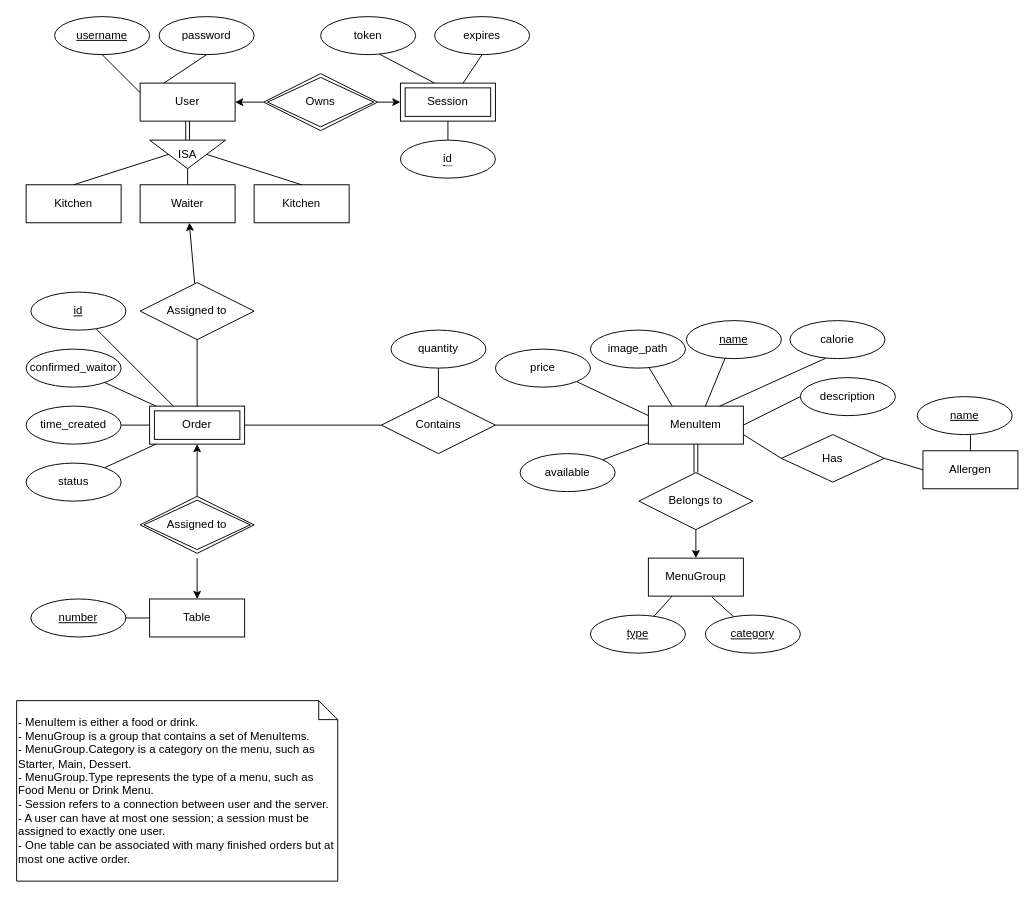
This is doc/backend/database-design/ER-diagram.drawio from Spencer-Georgiou/Uni-Y2-Team, a draw.io file, before an edit. Source tidied: cells renumbered, new cells numbered last; positions are measured from the earlier drawing's top-left corner, leaving out a move shared by most shapes. Both pictures are drawn from the tidied source at 95%, with x=0, y=0 at pixel (16, 16).
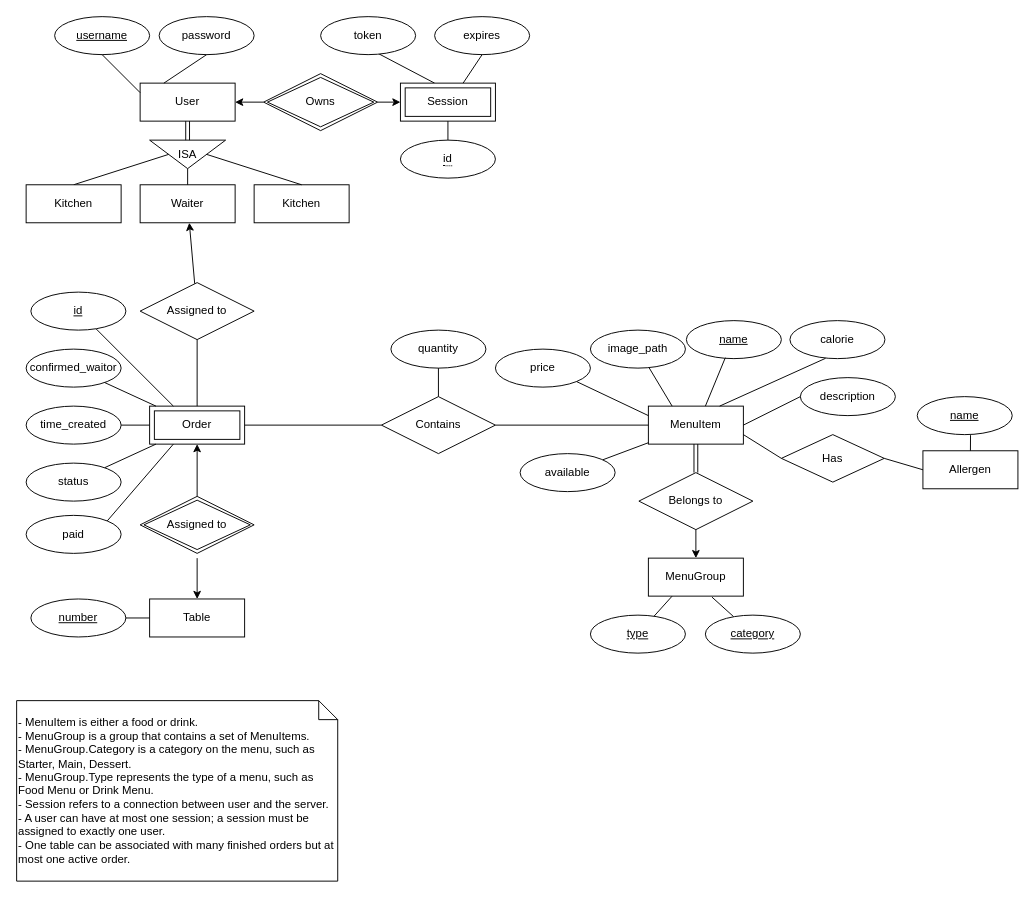
The same diagram, later.

Commit message (it also covers changes not shown here):
docs(api): delete unused demo api and add 'paid' field in the ER diagram

Unchanged cells that the change refers to:
```xml
<mxCell id="41" value="Order" style="shape=ext;margin=3;double=1;whiteSpace=wrap;html=1;align=center;" parent="1" vertex="1">
  <mxGeometry x="140" y="410" width="100" height="40" as="geometry" />
</mxCell>
```

The edit, as a diff of the source:
```diff
@@
+    <mxCell id="76" style="edgeStyle=none;html=1;entryX=0.25;entryY=1;entryDx=0;entryDy=0;endArrow=none;endFill=0;exitX=1;exitY=0;exitDx=0;exitDy=0;" parent="1" edge="1" source="77" target="41">
+      <mxGeometry relative="1" as="geometry" />
+    </mxCell>
+    <mxCell id="77" value="paid" style="ellipse;whiteSpace=wrap;html=1;align=center;" parent="1" vertex="1">
+      <mxGeometry x="10" y="525" width="100" height="40" as="geometry" />
+    </mxCell>
```
